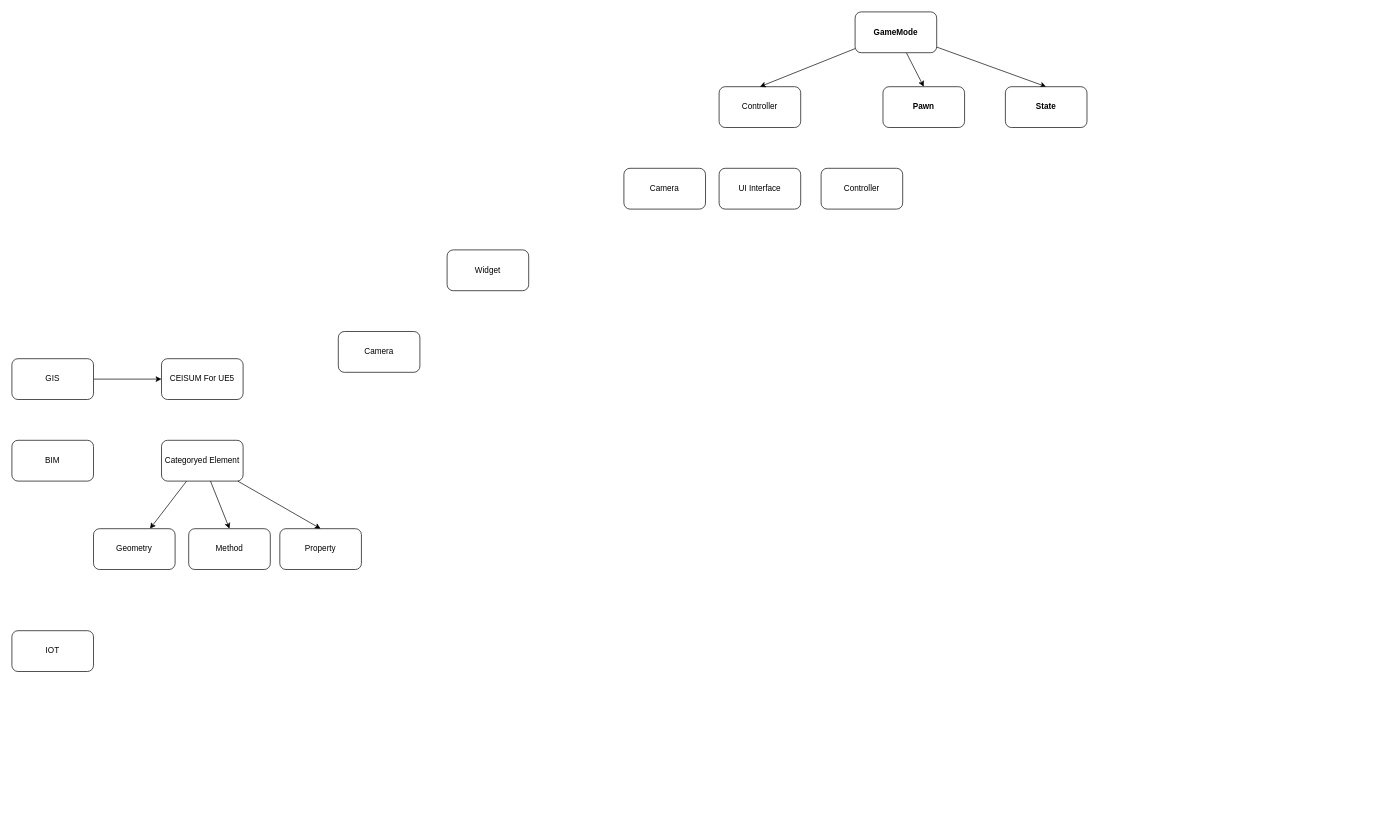
The draw.io diagram BIAS_可视化系统.drawio in gaochaowyq/MinderGraph, before the edit. Source tidied: cells renumbered, new cells numbered last; positions are measured from the earlier drawing's top-left corner, leaving out a move shared by most shapes. Both pictures are drawn from the tidied source at 68%, with x=0, y=0 at pixel (12, 12).
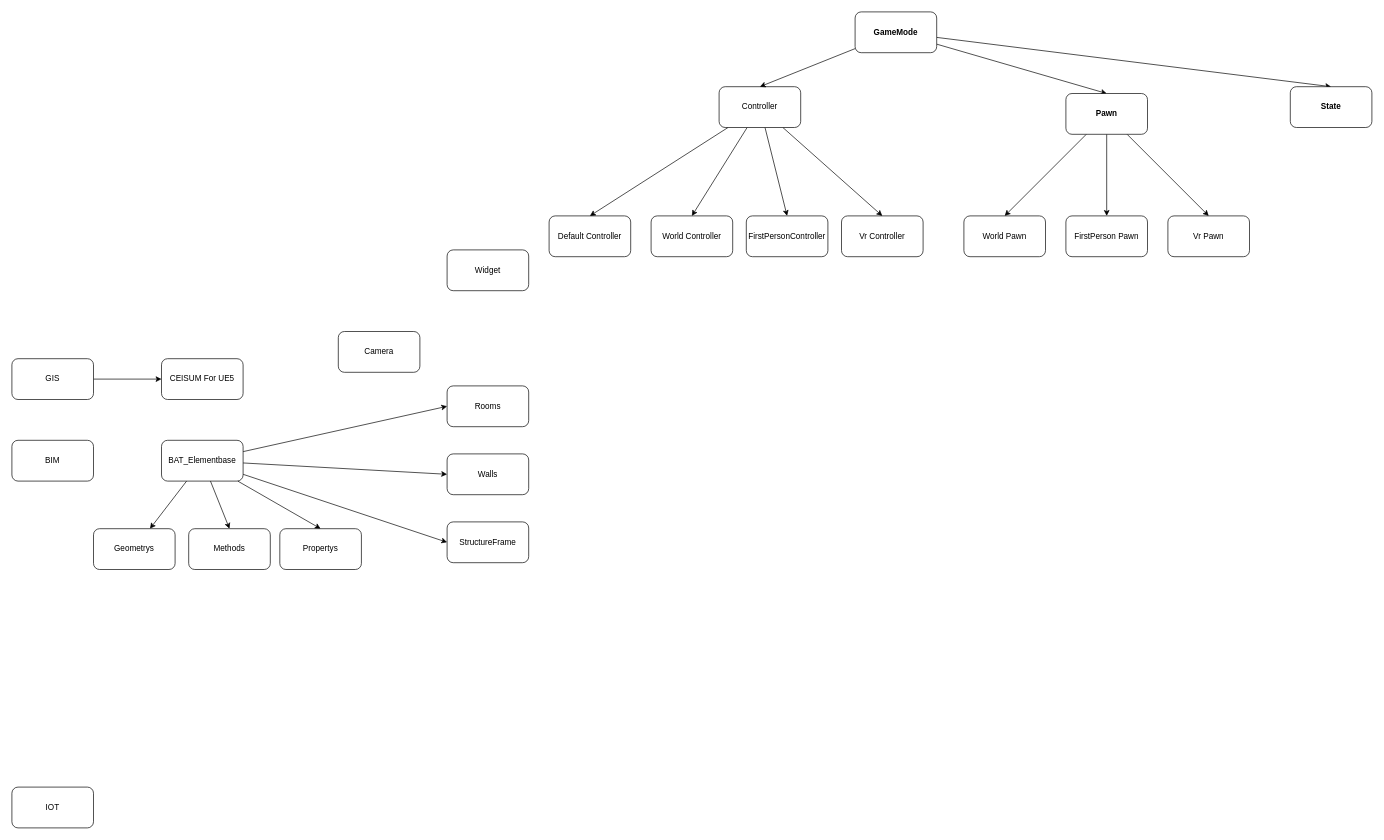
After the change.

Commit message (it also covers changes not shown here):
Update BIAS_可视化系统.drawio

Unchanged cells that the change refers to:
```xml
<mxCell id="15" value="Controller" style="rounded=1;whiteSpace=wrap;html=1;" parent="1" vertex="1">
  <mxGeometry x="1040" y="110" width="120" height="60" as="geometry" />
</mxCell>
```

The edit, as a diff of the source:
```diff
@@
     <mxCell id="5" value="IOT" style="rounded=1;whiteSpace=wrap;html=1;" parent="1" vertex="1">
-      <mxGeometry y="910" width="120" height="60" as="geometry" />
+      <mxGeometry y="1140" width="120" height="60" as="geometry" />
     </mxCell>
@@
+    <mxCell id="26" style="edgeStyle=none;rounded=0;jettySize=auto;html=1;entryX=0;entryY=0.5;entryDx=0;entryDy=0;" parent="1" edge="1" source="11" target="40">
+      <mxGeometry relative="1" as="geometry" />
+    </mxCell>
+    <mxCell id="27" style="edgeStyle=none;rounded=0;jettySize=auto;html=1;entryX=0;entryY=0.5;entryDx=0;entryDy=0;" parent="1" edge="1" source="11" target="41">
+      <mxGeometry relative="1" as="geometry" />
+    </mxCell>
+    <mxCell id="28" style="edgeStyle=none;rounded=0;jettySize=auto;html=1;entryX=0;entryY=0.5;entryDx=0;entryDy=0;" parent="1" edge="1" source="11" target="42">
+      <mxGeometry relative="1" as="geometry" />
+    </mxCell>
-    <mxCell id="11" value="Categoryed Element" style="rounded=1;whiteSpace=wrap;html=1;" parent="1" vertex="1">
+    <mxCell id="11" value="BAT_Elementbase" style="rounded=1;whiteSpace=wrap;html=1;" parent="1" vertex="1">
       <mxGeometry x="220" y="630" width="120" height="60" as="geometry" />
     </mxCell>
-    <mxCell id="12" value="Geometry" style="rounded=1;whiteSpace=wrap;html=1;" parent="1" vertex="1">
+    <mxCell id="12" value="Geometrys" style="rounded=1;whiteSpace=wrap;html=1;" parent="1" vertex="1">
       <mxGeometry x="120" y="760" width="120" height="60" as="geometry" />
     </mxCell>
-    <mxCell id="13" value="Method" style="rounded=1;whiteSpace=wrap;html=1;" parent="1" vertex="1">
+    <mxCell id="13" value="Methods" style="rounded=1;whiteSpace=wrap;html=1;" parent="1" vertex="1">
       <mxGeometry x="260" y="760" width="120" height="60" as="geometry" />
     </mxCell>
-    <mxCell id="14" value="Property" style="rounded=1;whiteSpace=wrap;html=1;" parent="1" vertex="1">
+    <mxCell id="14" value="Propertys" style="rounded=1;whiteSpace=wrap;html=1;" parent="1" vertex="1">
       <mxGeometry x="394" y="760" width="120" height="60" as="geometry" />
     </mxCell>
+    <mxCell id="29" style="edgeStyle=none;rounded=0;jettySize=auto;html=1;entryX=0.5;entryY=0;entryDx=0;entryDy=0;" parent="1" edge="1" source="15" target="16">
+      <mxGeometry relative="1" as="geometry" />
+    </mxCell>
+    <mxCell id="30" style="edgeStyle=none;rounded=0;jettySize=auto;html=1;entryX=0.5;entryY=0;entryDx=0;entryDy=0;" parent="1" edge="1" source="15" target="17">
+      <mxGeometry relative="1" as="geometry" />
+    </mxCell>
+    <mxCell id="31" style="edgeStyle=none;rounded=0;jettySize=auto;html=1;entryX=0.5;entryY=0;entryDx=0;entryDy=0;" parent="1" edge="1" source="15" target="18">
+      <mxGeometry relative="1" as="geometry" />
+    </mxCell>
+    <mxCell id="32" style="edgeStyle=none;rounded=0;jettySize=auto;html=1;entryX=0.5;entryY=0;entryDx=0;entryDy=0;" parent="1" edge="1" source="15" target="36">
+      <mxGeometry relative="1" as="geometry" />
+    </mxCell>
@@
-    <mxCell id="16" value="Camera" style="rounded=1;whiteSpace=wrap;html=1;" parent="1" vertex="1">
-      <mxGeometry x="900" y="230" width="120" height="60" as="geometry" />
+    <mxCell id="16" value="World Controller" style="rounded=1;whiteSpace=wrap;html=1;" parent="1" vertex="1">
+      <mxGeometry x="940" y="300" width="120" height="60" as="geometry" />
     </mxCell>
-    <mxCell id="17" value="UI Interface" style="rounded=1;whiteSpace=wrap;html=1;" parent="1" vertex="1">
-      <mxGeometry x="1040" y="230" width="120" height="60" as="geometry" />
+    <mxCell id="17" value="FirstPersonController" style="rounded=1;whiteSpace=wrap;html=1;" parent="1" vertex="1">
+      <mxGeometry x="1080" y="300" width="120" height="60" as="geometry" />
     </mxCell>
-    <mxCell id="18" value="Controller" style="rounded=1;whiteSpace=wrap;html=1;" parent="1" vertex="1">
-      <mxGeometry x="1190" y="230" width="120" height="60" as="geometry" />
+    <mxCell id="18" value="Vr Controller" style="rounded=1;whiteSpace=wrap;html=1;" parent="1" vertex="1">
+      <mxGeometry x="1220" y="300" width="120" height="60" as="geometry" />
     </mxCell>
@@
+    <mxCell id="33" style="edgeStyle=none;rounded=0;jettySize=auto;html=1;" parent="1" edge="1" source="24" target="38">
+      <mxGeometry relative="1" as="geometry" />
+    </mxCell>
+    <mxCell id="34" style="edgeStyle=none;rounded=0;jettySize=auto;html=1;entryX=0.5;entryY=0;entryDx=0;entryDy=0;" parent="1" edge="1" source="24" target="37">
+      <mxGeometry relative="1" as="geometry" />
+    </mxCell>
+    <mxCell id="35" style="edgeStyle=none;rounded=0;jettySize=auto;html=1;entryX=0.5;entryY=0;entryDx=0;entryDy=0;" parent="1" edge="1" source="24" target="39">
+      <mxGeometry relative="1" as="geometry" />
+    </mxCell>
     <mxCell id="24" value="Pawn" style="rounded=1;whiteSpace=wrap;html=1;fontStyle=1;" parent="1" vertex="1">
-      <mxGeometry x="1281" y="110" width="120" height="60" as="geometry" />
+      <mxGeometry x="1550" y="120" width="120" height="60" as="geometry" />
     </mxCell>
     <mxCell id="25" value="State" style="rounded=1;whiteSpace=wrap;html=1;fontStyle=1;" parent="1" vertex="1">
-      <mxGeometry x="1461" y="110" width="120" height="60" as="geometry" />
+      <mxGeometry x="1880" y="110" width="120" height="60" as="geometry" />
     </mxCell>
+    <mxCell id="36" value="Default Controller" style="rounded=1;whiteSpace=wrap;html=1;" parent="1" vertex="1">
+      <mxGeometry x="790" y="300" width="120" height="60" as="geometry" />
+    </mxCell>
+    <mxCell id="37" value="World Pawn" style="rounded=1;whiteSpace=wrap;html=1;" parent="1" vertex="1">
+      <mxGeometry x="1400" y="300" width="120" height="60" as="geometry" />
+    </mxCell>
+    <mxCell id="38" value="FirstPerson Pawn" style="rounded=1;whiteSpace=wrap;html=1;" parent="1" vertex="1">
+      <mxGeometry x="1550" y="300" width="120" height="60" as="geometry" />
+    </mxCell>
+    <mxCell id="39" value="Vr Pawn" style="rounded=1;whiteSpace=wrap;html=1;" parent="1" vertex="1">
+      <mxGeometry x="1700" y="300" width="120" height="60" as="geometry" />
+    </mxCell>
+    <mxCell id="40" value="Rooms" style="rounded=1;whiteSpace=wrap;html=1;" parent="1" vertex="1">
+      <mxGeometry x="640" y="550" width="120" height="60" as="geometry" />
+    </mxCell>
+    <mxCell id="41" value="Walls" style="rounded=1;whiteSpace=wrap;html=1;" parent="1" vertex="1">
+      <mxGeometry x="640" y="650" width="120" height="60" as="geometry" />
+    </mxCell>
+    <mxCell id="42" value="StructureFrame" style="rounded=1;whiteSpace=wrap;html=1;" parent="1" vertex="1">
+      <mxGeometry x="640" y="750" width="120" height="60" as="geometry" />
+    </mxCell>
```
